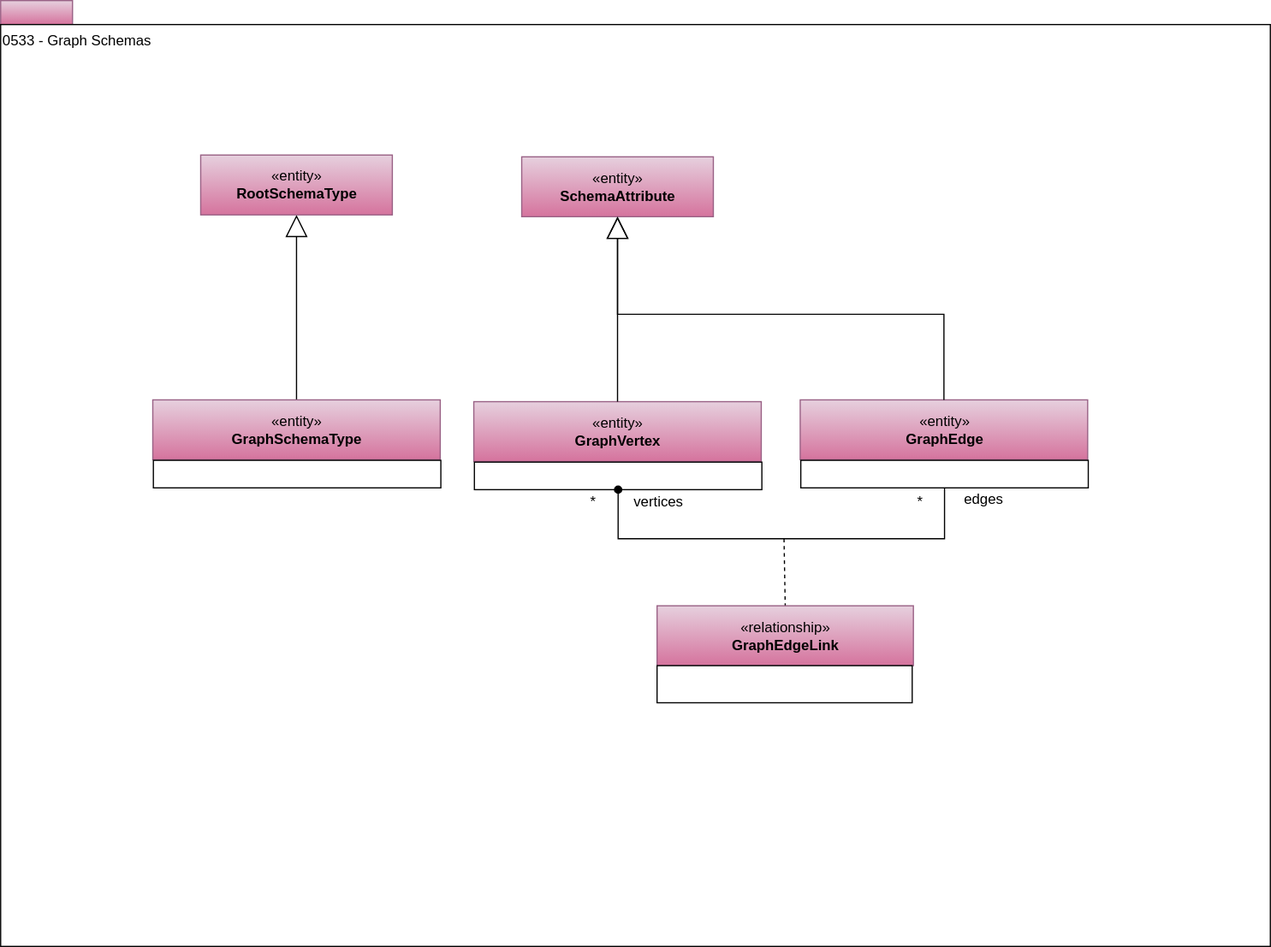
Before: site/docs/types/5/0533-Graph-Schemas.svg, a diagram exported from draw.io (odpi/egeria-docs). Source tidied: cells renumbered, new cells last; positions are measured from the earlier drawing's top-left corner, leaving out a move shared by most shapes.
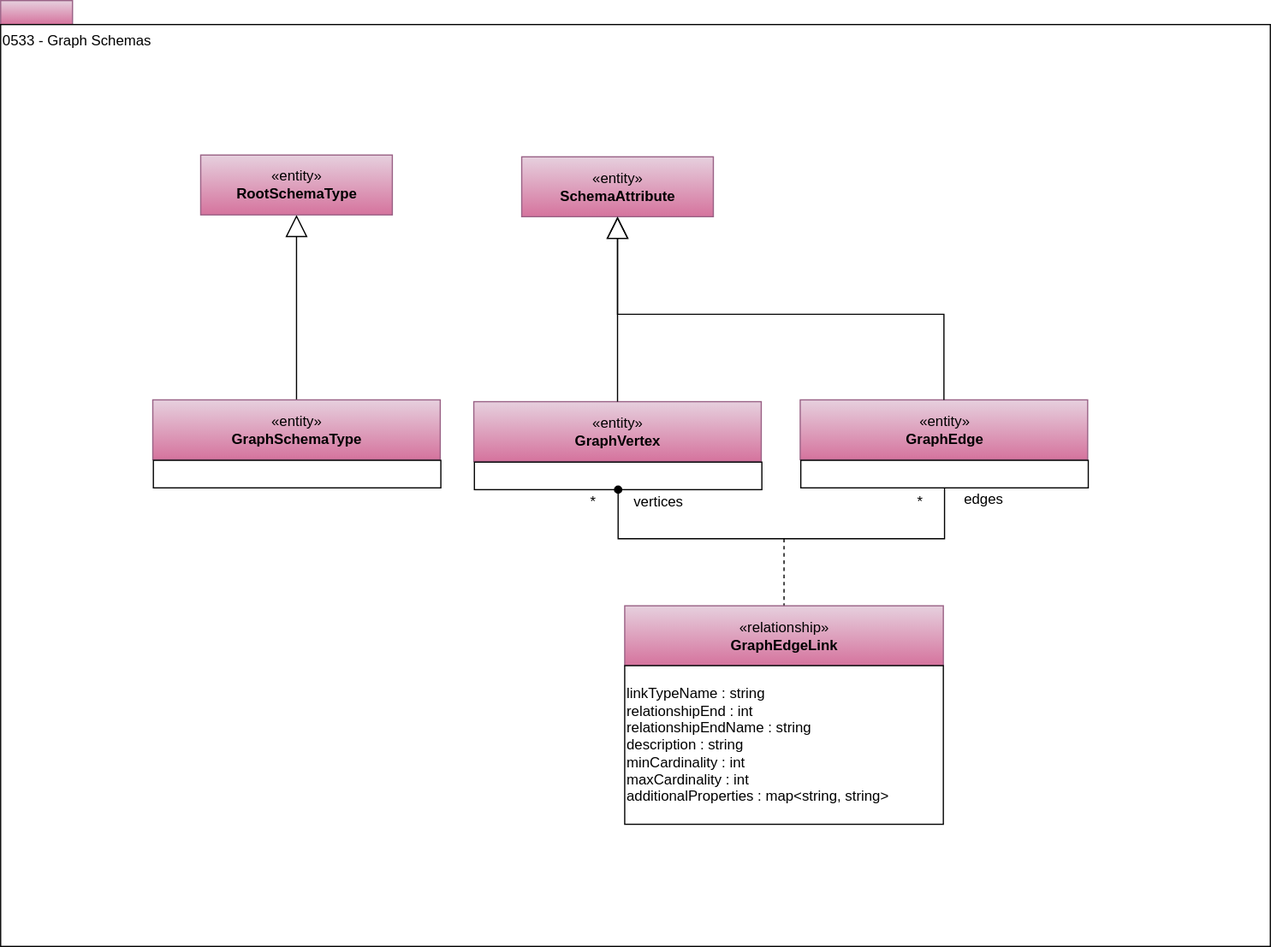
Later version of the same file.

Diff of the diagram source:
```diff
@@ -23,7 +23,7 @@
     <mxCell id="8" value="vertices" style="text;html=1;strokeColor=none;fillColor=none;align=center;verticalAlign=middle;whiteSpace=wrap;rounded=0;" parent="1" vertex="1">
       <mxGeometry x="515.5" y="408.5" width="67" height="20" as="geometry" />
     </mxCell>
-    <mxCell id="9" style="endArrow=none;dashed=1;html=1;entryX=0.5;entryY=0;entryDx=0;entryDy=0;" parent="1" edge="1" target="22">
+    <mxCell id="9" style="endArrow=none;dashed=1;html=1;entryX=0.5;entryY=0;entryDx=0;entryDy=0;" parent="1" edge="1" target="24">
       <mxGeometry relative="1" as="geometry">
         <mxPoint x="654" y="449.5" as="sourcePoint" />
       </mxGeometry>
@@ -61,28 +61,25 @@
     <mxCell id="20" style="rounded=0;whiteSpace=wrap;html=1;strokeColor=#000000;gradientColor=#ffffff;align=left;" parent="18" vertex="1">
       <mxGeometry x="0.5" y="50.5" width="240" height="23" as="geometry" />
     </mxCell>
-    <mxCell id="21" style="group;" parent="1" vertex="1">
-      <mxGeometry x="548" y="505.5" width="214" height="81" as="geometry" />
+    <mxCell id="21" style="edgeStyle=orthogonalEdgeStyle;rounded=0;jettySize=auto;html=1;exitX=0.5;exitY=0;exitDx=0;exitDy=0;entryX=0.5;entryY=1;entryDx=0;entryDy=0;startSize=6;endArrow=block;endFill=0;endSize=16;" parent="1" edge="1" source="16" target="4">
+      <mxGeometry relative="1" as="geometry" />
     </mxCell>
-    <mxCell id="22" value="«relationship»&lt;br&gt;&lt;b&gt;GraphEdgeLink&lt;/b&gt;" style="html=1;strokeColor=#996185;align=center;fillColor=#e6d0de;gradientColor=#d5739d;" parent="21" vertex="1">
-      <mxGeometry width="214" height="50" as="geometry" />
+    <mxCell id="22" style="edgeStyle=orthogonalEdgeStyle;rounded=0;jettySize=auto;html=1;exitX=0.5;exitY=0;exitDx=0;exitDy=0;startSize=6;endArrow=block;endFill=0;endSize=16;entryX=0.5;entryY=1;entryDx=0;entryDy=0;" parent="1" edge="1" source="19" target="4">
+      <mxGeometry relative="1" as="geometry" />
     </mxCell>
-    <mxCell id="23" value="&lt;div style=&quot;text-align: left&quot;&gt;&lt;br&gt;&lt;/div&gt;" style="rounded=0;whiteSpace=wrap;html=1;strokeColor=#000000;gradientColor=#ffffff;align=left;" parent="21" vertex="1">
-      <mxGeometry y="50" width="213" height="31" as="geometry" />
+    <mxCell id="23" style="edgeStyle=orthogonalEdgeStyle;rounded=0;jettySize=auto;html=1;exitX=0.5;exitY=1;exitDx=0;exitDy=0;entryX=0.5;entryY=1;entryDx=0;entryDy=0;endArrow=oval;endFill=1;" parent="1" edge="1" source="20" target="17">
+      <mxGeometry relative="1" as="geometry">
+        <Array as="points">
+          <mxPoint x="788" y="449.5" />
+          <mxPoint x="516" y="449.5" />
+        </Array>
+      </mxGeometry>
     </mxCell>
-    <mxCell id="24" style="edgeStyle=orthogonalEdgeStyle;rounded=0;jettySize=auto;html=1;exitX=0.5;exitY=0;exitDx=0;exitDy=0;entryX=0.5;entryY=1;entryDx=0;entryDy=0;startSize=6;endArrow=block;endFill=0;endSize=16;" parent="1" edge="1" source="16" target="4">
-      <mxGeometry relative="1" as="geometry" />
+    <mxCell id="24" value="«relationship»&lt;br&gt;&lt;b&gt;GraphEdgeLink&lt;/b&gt;" style="html=1;strokeColor=#996185;align=center;fillColor=#e6d0de;gradientColor=#d5739d;" parent="1" vertex="1">
+      <mxGeometry x="521" y="505.5" width="266" height="50" as="geometry" />
     </mxCell>
-    <mxCell id="25" style="edgeStyle=orthogonalEdgeStyle;rounded=0;jettySize=auto;html=1;exitX=0.5;exitY=0;exitDx=0;exitDy=0;startSize=6;endArrow=block;endFill=0;endSize=16;entryX=0.5;entryY=1;entryDx=0;entryDy=0;" parent="1" edge="1" source="19" target="4">
-      <mxGeometry relative="1" as="geometry" />
+    <mxCell id="25" value="&lt;div style=&quot;text-align: left&quot;&gt;linkTypeName : string&lt;br style=&quot;border-color: var(--border-color);&quot;&gt;relationshipEnd : int&lt;br style=&quot;border-color: var(--border-color);&quot;&gt;relationshipEndName : string&lt;br style=&quot;border-color: var(--border-color);&quot;&gt;description : string&lt;br style=&quot;border-color: var(--border-color);&quot;&gt;minCardinality : int&lt;br style=&quot;border-color: var(--border-color);&quot;&gt;maxCardinality : int&lt;br style=&quot;border-color: var(--border-color);&quot;&gt;additionalProperties : map&amp;lt;string, string&amp;gt;&lt;br&gt;&lt;/div&gt;" style="rounded=0;whiteSpace=wrap;html=1;strokeColor=#000000;gradientColor=#ffffff;align=left;" parent="1" vertex="1">
+      <mxGeometry x="521" y="555.5" width="266" height="132.5" as="geometry" />
     </mxCell>
-    <mxCell id="26" style="edgeStyle=orthogonalEdgeStyle;rounded=0;jettySize=auto;html=1;exitX=0.5;exitY=1;exitDx=0;exitDy=0;entryX=0.5;entryY=1;entryDx=0;entryDy=0;endArrow=oval;endFill=1;" parent="1" edge="1" source="20" target="17">
-      <mxGeometry relative="1" as="geometry">
-        <Array as="points">
-          <mxPoint x="788" y="449.5" />
-          <mxPoint x="516" y="449.5" />
-        </Array>
-      </mxGeometry>
-    </mxCell>
   </root>
 </mxGraphModel>
```
